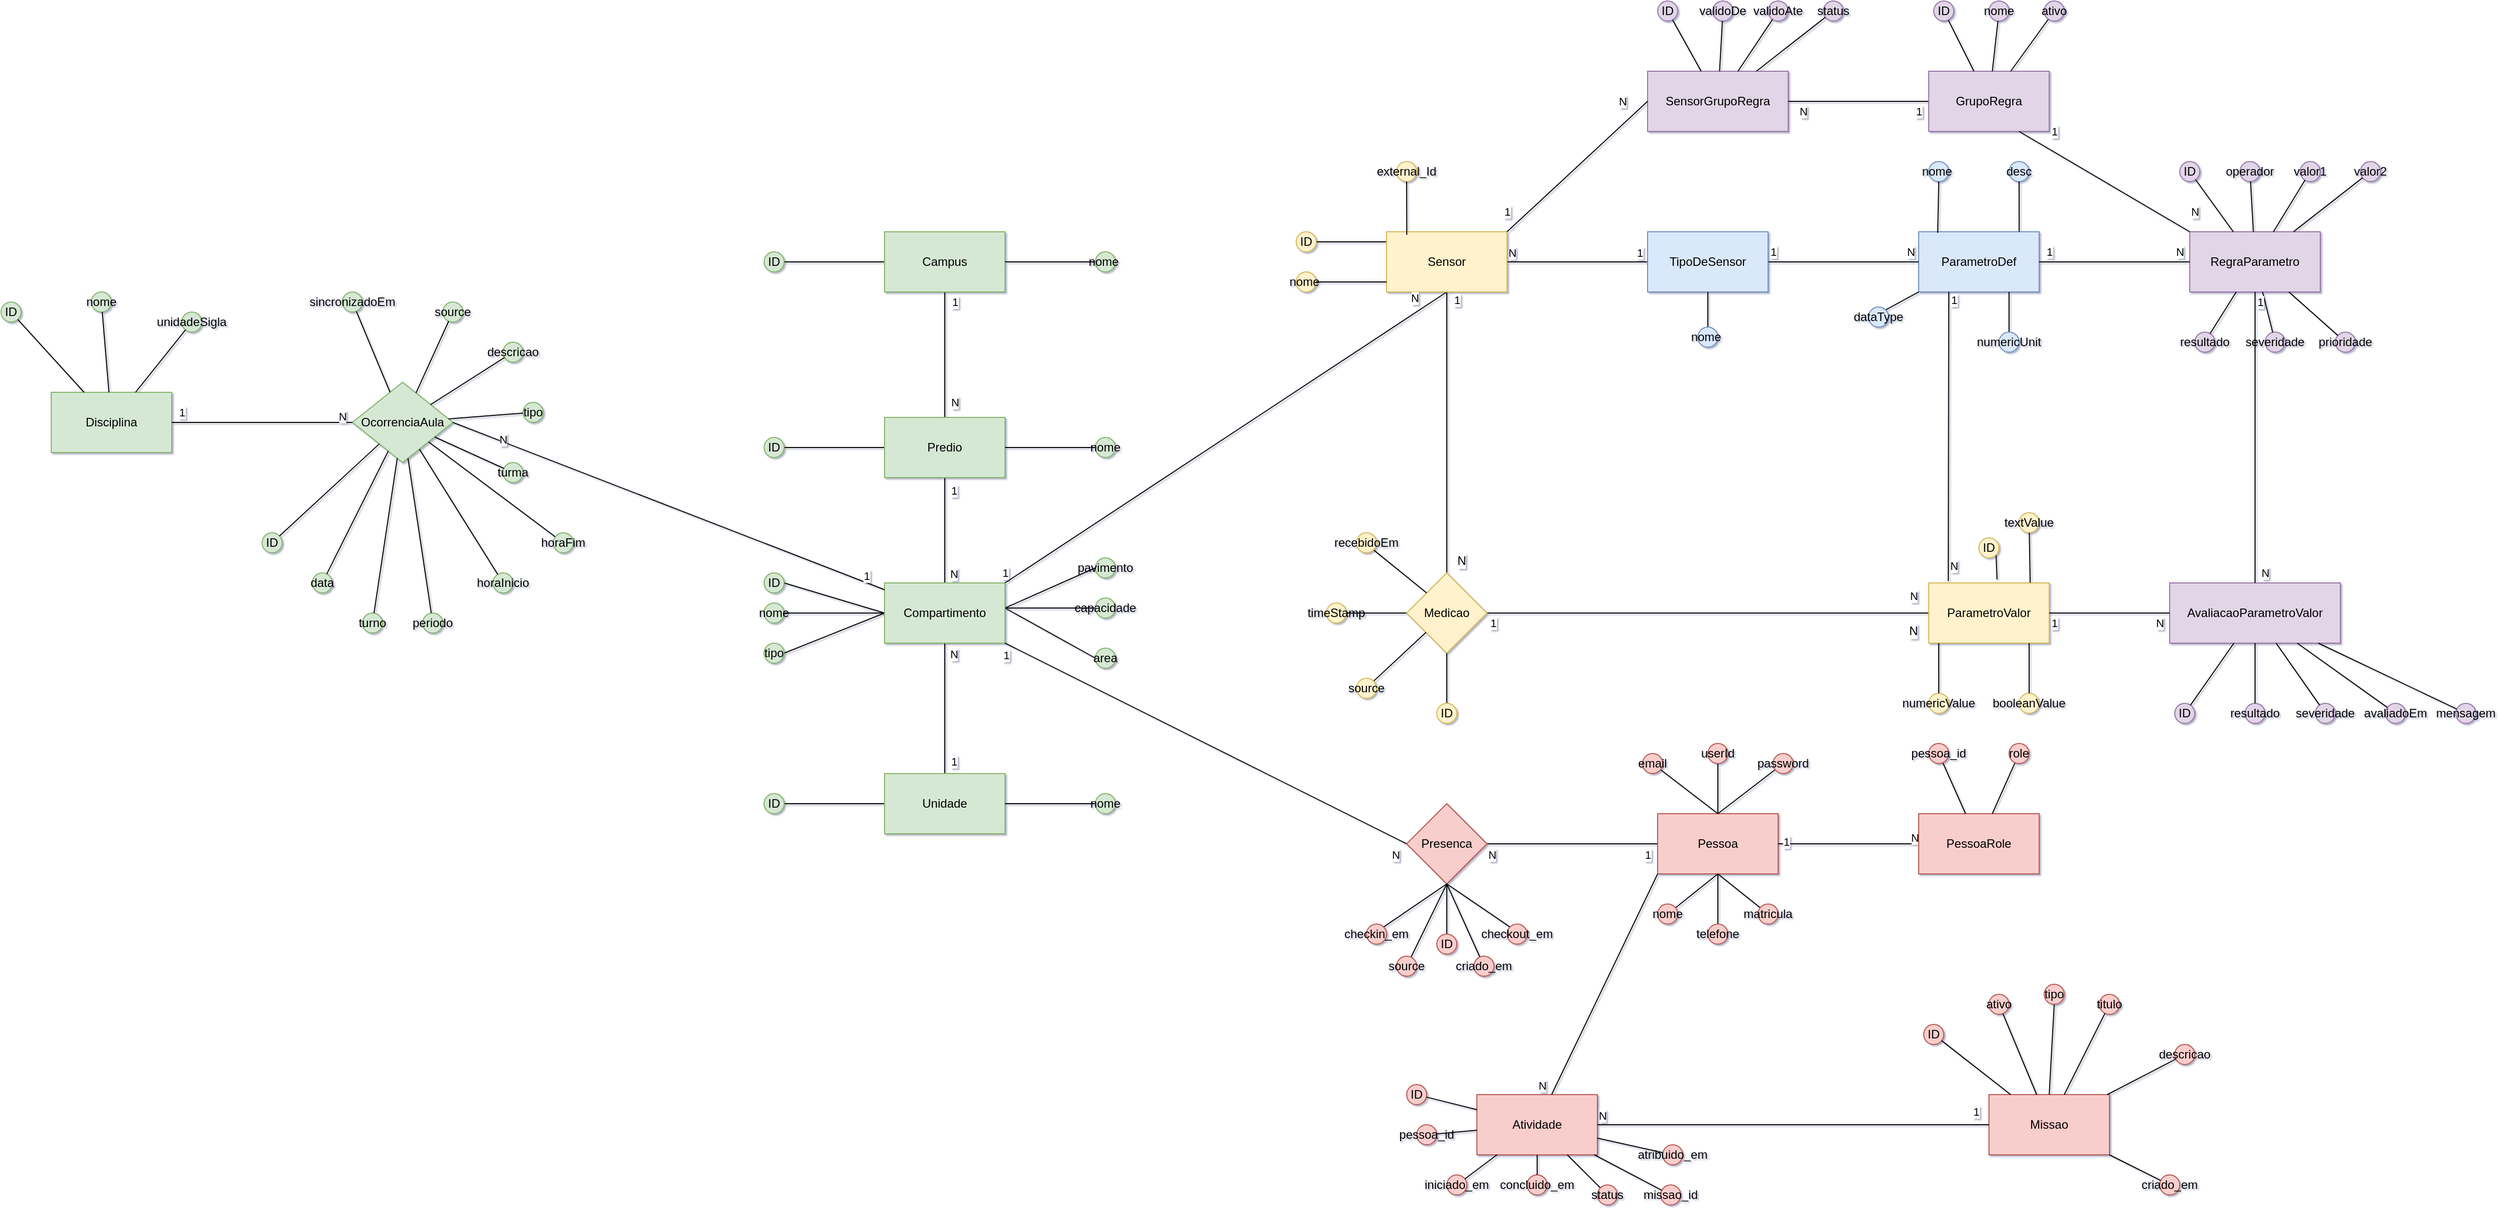
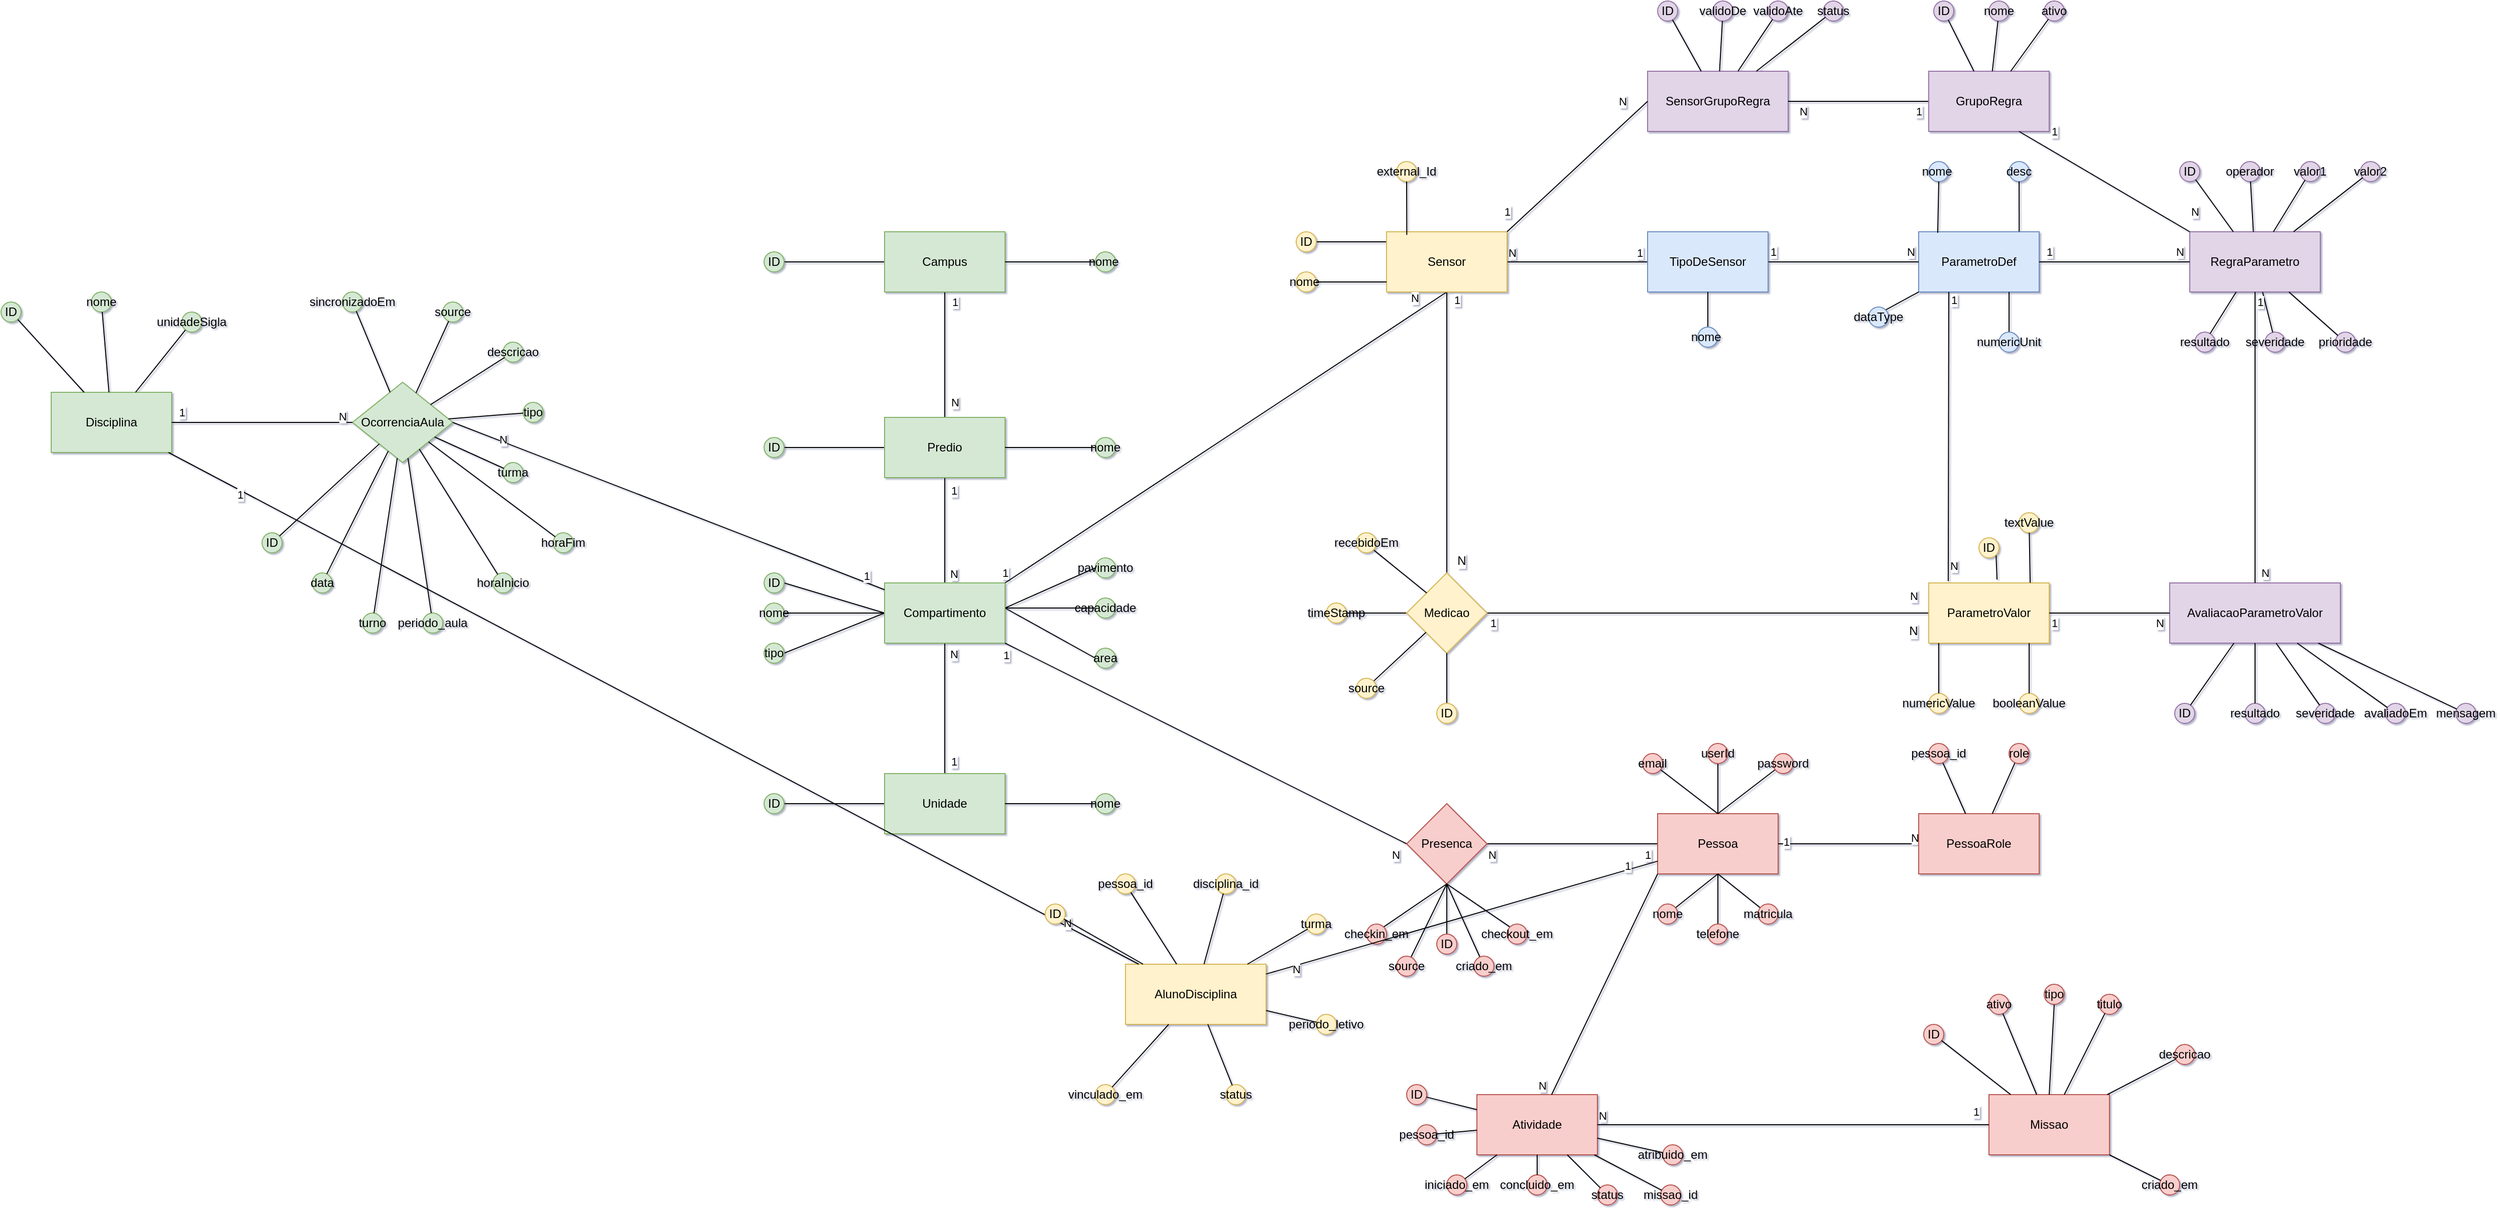
<mxfile host="65bd71144e">
    <diagram id="Ie7XjbA_Cvy5--EpI9wU" name="Page-1">
        <mxGraphModel dx="4966" dy="3043" grid="1" gridSize="10" guides="1" tooltips="1" connect="1" arrows="1" fold="1" page="1" pageScale="1" pageWidth="2200" pageHeight="1600" background="none" math="0" shadow="1" adaptiveColors="simple">
            <root>
                <mxCell id="0"/>
                <mxCell id="1" parent="0"/>
                <mxCell id="4" value="" style="edgeStyle=none;html=1;endArrow=none;endFill=0;" parent="1" source="2" target="3" edge="1">
                    <mxGeometry relative="1" as="geometry"/>
                </mxCell>
                <mxCell id="5" value="1" style="edgeLabel;html=1;align=center;verticalAlign=middle;resizable=0;points=[];" parent="4" vertex="1" connectable="0">
                    <mxGeometry x="-0.8556" y="-4" relative="1" as="geometry">
                        <mxPoint x="14" y="1" as="offset"/>
                    </mxGeometry>
                </mxCell>
                <mxCell id="7" value="N" style="edgeLabel;html=1;align=center;verticalAlign=middle;resizable=0;points=[];" parent="4" vertex="1" connectable="0">
                    <mxGeometry x="0.8" y="3" relative="1" as="geometry">
                        <mxPoint x="7" y="-3" as="offset"/>
                    </mxGeometry>
                </mxCell>
                <mxCell id="9" value="" style="edgeStyle=none;html=1;endArrow=none;endFill=0;" parent="1" source="2" target="8" edge="1">
                    <mxGeometry relative="1" as="geometry"/>
                </mxCell>
                <mxCell id="2" value="Campus" style="rounded=0;whiteSpace=wrap;html=1;fillColor=#d5e8d4;strokeColor=#82b366;" parent="1" vertex="1">
                    <mxGeometry x="360" y="120" width="120" height="60" as="geometry"/>
                </mxCell>
                <mxCell id="12" value="" style="edgeStyle=none;html=1;endArrow=none;endFill=0;" parent="1" source="3" target="11" edge="1">
                    <mxGeometry relative="1" as="geometry"/>
                </mxCell>
                <mxCell id="15" value="" style="edgeStyle=none;html=1;endArrow=none;endFill=0;" parent="1" source="3" target="14" edge="1">
                    <mxGeometry relative="1" as="geometry"/>
                </mxCell>
                <mxCell id="3" value="Predio" style="whiteSpace=wrap;html=1;fillColor=#d5e8d4;strokeColor=#82b366;rounded=0;" parent="1" vertex="1">
                    <mxGeometry x="360" y="305" width="120" height="60" as="geometry"/>
                </mxCell>
                <mxCell id="8" value="ID" style="ellipse;whiteSpace=wrap;html=1;fillColor=#d5e8d4;strokeColor=#82b366;rounded=0;" parent="1" vertex="1">
                    <mxGeometry x="240" y="140" width="20" height="20" as="geometry"/>
                </mxCell>
                <mxCell id="11" value="ID" style="ellipse;whiteSpace=wrap;html=1;fillColor=#d5e8d4;strokeColor=#82b366;rounded=0;" parent="1" vertex="1">
                    <mxGeometry x="240" y="325" width="20" height="20" as="geometry"/>
                </mxCell>
                <mxCell id="22" style="edgeStyle=none;html=1;exitX=0;exitY=0.5;exitDx=0;exitDy=0;entryX=1;entryY=0.5;entryDx=0;entryDy=0;endArrow=none;endFill=0;" parent="1" source="14" target="20" edge="1">
                    <mxGeometry relative="1" as="geometry"/>
                </mxCell>
                <mxCell id="25" style="edgeStyle=none;html=1;exitX=0;exitY=0.5;exitDx=0;exitDy=0;entryX=1;entryY=0.5;entryDx=0;entryDy=0;endArrow=none;endFill=0;" parent="1" source="14" target="23" edge="1">
                    <mxGeometry relative="1" as="geometry"/>
                </mxCell>
                <mxCell id="28" style="edgeStyle=none;html=1;exitX=0;exitY=0.5;exitDx=0;exitDy=0;entryX=1;entryY=0.5;entryDx=0;entryDy=0;endArrow=none;endFill=0;" parent="1" source="14" target="26" edge="1">
                    <mxGeometry relative="1" as="geometry"/>
                </mxCell>
                <mxCell id="32" style="edgeStyle=none;html=1;exitX=1;exitY=0.5;exitDx=0;exitDy=0;endArrow=none;endFill=0;" parent="1" edge="1">
                    <mxGeometry relative="1" as="geometry">
                        <mxPoint x="480" y="495" as="sourcePoint"/>
                        <mxPoint x="580" y="495" as="targetPoint"/>
                    </mxGeometry>
                </mxCell>
                <mxCell id="36" style="edgeStyle=none;html=1;endArrow=none;endFill=0;entryX=0;entryY=0.5;entryDx=0;entryDy=0;" parent="1" target="34" edge="1">
                    <mxGeometry relative="1" as="geometry">
                        <mxPoint x="550" y="535" as="targetPoint"/>
                        <mxPoint x="480" y="495" as="sourcePoint"/>
                    </mxGeometry>
                </mxCell>
                <mxCell id="39" style="edgeStyle=none;html=1;exitX=1;exitY=0.5;exitDx=0;exitDy=0;entryX=0;entryY=0.5;entryDx=0;entryDy=0;endArrow=none;endFill=0;" parent="1" target="38" edge="1">
                    <mxGeometry relative="1" as="geometry">
                        <mxPoint x="480" y="495" as="sourcePoint"/>
                    </mxGeometry>
                </mxCell>
                <mxCell id="43" value="" style="edgeStyle=none;html=1;endArrow=none;endFill=0;" parent="1" source="14" target="42" edge="1">
                    <mxGeometry relative="1" as="geometry"/>
                </mxCell>
                <mxCell id="14" value="Compartimento" style="whiteSpace=wrap;html=1;fillColor=#d5e8d4;strokeColor=#82b366;rounded=0;" parent="1" vertex="1">
                    <mxGeometry x="360" y="470" width="120" height="60" as="geometry"/>
                </mxCell>
                <mxCell id="16" value="1" style="edgeLabel;html=1;align=center;verticalAlign=middle;resizable=0;points=[];" parent="1" vertex="1" connectable="0">
                    <mxGeometry x="430" y="390" as="geometry">
                        <mxPoint x="-1" y="-12" as="offset"/>
                    </mxGeometry>
                </mxCell>
                <mxCell id="17" value="N" style="edgeLabel;html=1;align=center;verticalAlign=middle;resizable=0;points=[];" parent="1" vertex="1" connectable="0">
                    <mxGeometry x="430" y="450" as="geometry">
                        <mxPoint x="-1" y="11" as="offset"/>
                    </mxGeometry>
                </mxCell>
                <mxCell id="20" value="ID" style="ellipse;whiteSpace=wrap;html=1;fillColor=#d5e8d4;strokeColor=#82b366;rounded=0;" parent="1" vertex="1">
                    <mxGeometry x="240" y="460" width="20" height="20" as="geometry"/>
                </mxCell>
                <mxCell id="23" value="nome" style="ellipse;whiteSpace=wrap;html=1;fillColor=#d5e8d4;strokeColor=#82b366;rounded=0;" parent="1" vertex="1">
                    <mxGeometry x="240" y="490" width="20" height="20" as="geometry"/>
                </mxCell>
                <mxCell id="26" value="tipo" style="ellipse;whiteSpace=wrap;html=1;fillColor=#d5e8d4;strokeColor=#82b366;rounded=0;" parent="1" vertex="1">
                    <mxGeometry x="240" y="530" width="20" height="20" as="geometry"/>
                </mxCell>
                <mxCell id="30" value="capacidade" style="ellipse;whiteSpace=wrap;html=1;fillColor=#d5e8d4;strokeColor=#82b366;rounded=0;" parent="1" vertex="1">
                    <mxGeometry x="570" y="485" width="20" height="20" as="geometry"/>
                </mxCell>
                <mxCell id="34" value="area" style="ellipse;whiteSpace=wrap;html=1;fillColor=#d5e8d4;strokeColor=#82b366;rounded=0;" parent="1" vertex="1">
                    <mxGeometry x="570" y="535" width="20" height="20" as="geometry"/>
                </mxCell>
                <mxCell id="38" value="pavimento" style="ellipse;whiteSpace=wrap;html=1;fillColor=#d5e8d4;strokeColor=#82b366;rounded=0;" parent="1" vertex="1">
                    <mxGeometry x="570" y="445" width="20" height="20" as="geometry"/>
                </mxCell>
                <mxCell id="48" style="edgeStyle=none;html=1;exitX=0;exitY=0.5;exitDx=0;exitDy=0;entryX=1;entryY=0.5;entryDx=0;entryDy=0;endArrow=none;endFill=0;" parent="1" source="42" target="47" edge="1">
                    <mxGeometry relative="1" as="geometry"/>
                </mxCell>
                <mxCell id="42" value="Unidade" style="whiteSpace=wrap;html=1;fillColor=#d5e8d4;strokeColor=#82b366;rounded=0;" parent="1" vertex="1">
                    <mxGeometry x="360" y="660" width="120" height="60" as="geometry"/>
                </mxCell>
                <mxCell id="44" value="1" style="edgeLabel;html=1;align=center;verticalAlign=middle;resizable=0;points=[];" parent="1" vertex="1" connectable="0">
                    <mxGeometry x="430" y="660" as="geometry">
                        <mxPoint x="-1" y="-12" as="offset"/>
                    </mxGeometry>
                </mxCell>
                <mxCell id="45" value="N" style="edgeLabel;html=1;align=center;verticalAlign=middle;resizable=0;points=[];" parent="1" vertex="1" connectable="0">
                    <mxGeometry x="430" y="530" as="geometry">
                        <mxPoint x="-1" y="11" as="offset"/>
                    </mxGeometry>
                </mxCell>
                <mxCell id="47" value="ID" style="ellipse;whiteSpace=wrap;html=1;fillColor=#d5e8d4;strokeColor=#82b366;rounded=0;" parent="1" vertex="1">
                    <mxGeometry x="240" y="680" width="20" height="20" as="geometry"/>
                </mxCell>
                <mxCell id="50" style="edgeStyle=none;html=1;entryX=1;entryY=0.5;entryDx=0;entryDy=0;strokeColor=default;endArrow=none;endFill=0;" parent="1" source="49" target="2" edge="1">
                    <mxGeometry relative="1" as="geometry"/>
                </mxCell>
                <mxCell id="49" value="nome&amp;nbsp;" style="ellipse;whiteSpace=wrap;html=1;fillColor=#d5e8d4;strokeColor=#82b366;rounded=0;" parent="1" vertex="1">
                    <mxGeometry x="570" y="140" width="20" height="20" as="geometry"/>
                </mxCell>
                <mxCell id="52" style="edgeStyle=none;html=1;entryX=1;entryY=0.5;entryDx=0;entryDy=0;endArrow=none;endFill=0;" parent="1" source="51" target="3" edge="1">
                    <mxGeometry relative="1" as="geometry"/>
                </mxCell>
                <mxCell id="51" value="nome" style="ellipse;whiteSpace=wrap;html=1;fillColor=#d5e8d4;strokeColor=#82b366;rounded=0;" parent="1" vertex="1">
                    <mxGeometry x="570" y="325" width="20" height="20" as="geometry"/>
                </mxCell>
                <mxCell id="54" style="edgeStyle=none;html=1;entryX=1;entryY=0.5;entryDx=0;entryDy=0;endArrow=none;endFill=0;" parent="1" source="53" target="42" edge="1">
                    <mxGeometry relative="1" as="geometry"/>
                </mxCell>
                <mxCell id="53" value="nome" style="ellipse;whiteSpace=wrap;html=1;fillColor=#d5e8d4;strokeColor=#82b366;rounded=0;" parent="1" vertex="1">
                    <mxGeometry x="570" y="680" width="20" height="20" as="geometry"/>
                </mxCell>
                <mxCell id="57" value="1" style="edgeLabel;html=1;align=center;verticalAlign=middle;resizable=0;points=[];" parent="1" vertex="1" connectable="0">
                    <mxGeometry x="480" y="460" as="geometry"/>
                </mxCell>
                <mxCell id="58" value="" style="edgeStyle=none;html=1;endArrow=none;endFill=0;" parent="1" target="60" edge="1">
                    <mxGeometry relative="1" as="geometry">
                        <mxPoint x="860" y="130" as="sourcePoint"/>
                    </mxGeometry>
                </mxCell>
                <mxCell id="65" style="edgeStyle=none;html=1;exitX=0.5;exitY=1;exitDx=0;exitDy=0;entryX=1;entryY=0;entryDx=0;entryDy=0;endArrow=none;endFill=0;" parent="1" source="59" target="14" edge="1">
                    <mxGeometry relative="1" as="geometry"/>
                </mxCell>
                <mxCell id="140" value="" style="edgeStyle=none;html=1;endArrow=none;endFill=0;" parent="1" source="59" edge="1">
                    <mxGeometry relative="1" as="geometry">
                        <mxPoint x="920" y="460" as="targetPoint"/>
                    </mxGeometry>
                </mxCell>
                <mxCell id="173" value="" style="edgeStyle=none;html=1;endArrow=none;endFill=0;" parent="1" source="59" edge="1">
                    <mxGeometry relative="1" as="geometry">
                        <mxPoint x="1120" y="150" as="targetPoint"/>
                    </mxGeometry>
                </mxCell>
                <mxCell id="59" value="Sensor" style="rounded=0;whiteSpace=wrap;html=1;fillColor=#fff2cc;strokeColor=#d6b656;" parent="1" vertex="1">
                    <mxGeometry x="860" y="120" width="120" height="60" as="geometry"/>
                </mxCell>
                <mxCell id="60" value="ID" style="ellipse;whiteSpace=wrap;html=1;fillColor=#fff2cc;strokeColor=#d6b656;rounded=0;" parent="1" vertex="1">
                    <mxGeometry x="770" y="120" width="20" height="20" as="geometry"/>
                </mxCell>
                <mxCell id="66" value="N" style="edgeLabel;html=1;align=center;verticalAlign=middle;resizable=0;points=[];" parent="1" vertex="1" connectable="0">
                    <mxGeometry x="490" y="460" as="geometry">
                        <mxPoint x="398" y="-274" as="offset"/>
                    </mxGeometry>
                </mxCell>
                <mxCell id="91" value="nome&amp;nbsp;" style="ellipse;whiteSpace=wrap;html=1;fillColor=#fff2cc;strokeColor=#d6b656;rounded=0;" parent="1" vertex="1">
                    <mxGeometry x="770" y="160" width="20" height="20" as="geometry"/>
                </mxCell>
                <mxCell id="95" style="edgeStyle=none;html=1;entryX=0;entryY=0.833;entryDx=0;entryDy=0;entryPerimeter=0;endArrow=none;endFill=0;" parent="1" source="91" target="59" edge="1">
                    <mxGeometry relative="1" as="geometry"/>
                </mxCell>
                <mxCell id="135" value="N" style="text;html=1;align=center;verticalAlign=middle;whiteSpace=wrap;rounded=0;labelBackgroundColor=default;" parent="1" vertex="1">
                    <mxGeometry x="920" y="440" width="30" height="15" as="geometry"/>
                </mxCell>
                <mxCell id="141" value="1" style="edgeLabel;html=1;align=center;verticalAlign=middle;resizable=0;points=[];" parent="1" vertex="1" connectable="0">
                    <mxGeometry x="495" y="465" as="geometry">
                        <mxPoint x="435" y="-277" as="offset"/>
                    </mxGeometry>
                </mxCell>
                <mxCell id="145" style="edgeStyle=none;html=1;entryX=0;entryY=0.5;entryDx=0;entryDy=0;endArrow=none;endFill=0;" parent="1" source="144" target="146" edge="1">
                    <mxGeometry relative="1" as="geometry">
                        <mxPoint x="860" y="475" as="targetPoint"/>
                    </mxGeometry>
                </mxCell>
                <mxCell id="144" value="timeStamp" style="ellipse;whiteSpace=wrap;html=1;fillColor=#fff2cc;strokeColor=#d6b656;rounded=0;" parent="1" vertex="1">
                    <mxGeometry x="800" y="490" width="20" height="20" as="geometry"/>
                </mxCell>
                <mxCell id="148" value="" style="edgeStyle=none;html=1;endArrow=none;endFill=0;" parent="1" source="146" target="147" edge="1">
                    <mxGeometry relative="1" as="geometry"/>
                </mxCell>
                <mxCell id="146" value="Medicao" style="rhombus;whiteSpace=wrap;html=1;fillColor=#fff2cc;strokeColor=#d6b656;" parent="1" vertex="1">
                    <mxGeometry x="880" y="460" width="80" height="80" as="geometry"/>
                </mxCell>
                <mxCell id="147" value="ParametroValor" style="whiteSpace=wrap;html=1;fillColor=#fff2cc;strokeColor=#d6b656;" parent="1" vertex="1">
                    <mxGeometry x="1400" y="470" width="120" height="60" as="geometry"/>
                </mxCell>
                <mxCell id="151" value="textValue" style="ellipse;whiteSpace=wrap;html=1;fillColor=#fff2cc;strokeColor=#d6b656;rounded=0;" parent="1" vertex="1">
                    <mxGeometry x="1490" y="400" width="20" height="20" as="geometry"/>
                </mxCell>
                <mxCell id="152" value="numericValue" style="ellipse;whiteSpace=wrap;html=1;fillColor=#fff2cc;strokeColor=#d6b656;rounded=0;" parent="1" vertex="1">
                    <mxGeometry x="1400" y="580" width="20" height="20" as="geometry"/>
                </mxCell>
                <mxCell id="157" style="edgeStyle=none;html=1;exitX=0.5;exitY=0;exitDx=0;exitDy=0;entryX=0.083;entryY=1;entryDx=0;entryDy=0;entryPerimeter=0;endArrow=none;endFill=0;" parent="1" source="152" target="147" edge="1">
                    <mxGeometry relative="1" as="geometry"/>
                </mxCell>
                <mxCell id="160" style="edgeStyle=none;html=1;entryX=0.842;entryY=-0.003;entryDx=0;entryDy=0;entryPerimeter=0;endArrow=none;endFill=0;" parent="1" source="151" target="147" edge="1">
                    <mxGeometry relative="1" as="geometry"/>
                </mxCell>
                <mxCell id="161" value="N" style="text;html=1;align=center;verticalAlign=middle;whiteSpace=wrap;rounded=0;labelBackgroundColor=default;" parent="1" vertex="1">
                    <mxGeometry x="1370" y="510" width="30" height="15" as="geometry"/>
                </mxCell>
                <mxCell id="164" style="edgeStyle=none;html=1;entryX=0.5;entryY=1;entryDx=0;entryDy=0;endArrow=none;endFill=0;" parent="1" source="163" target="146" edge="1">
                    <mxGeometry relative="1" as="geometry"/>
                </mxCell>
                <mxCell id="163" value="ID" style="ellipse;whiteSpace=wrap;html=1;fillColor=#fff2cc;strokeColor=#d6b656;rounded=0;" parent="1" vertex="1">
                    <mxGeometry x="910" y="590" width="20" height="20" as="geometry"/>
                </mxCell>
                <mxCell id="167" style="edgeStyle=none;html=1;exitX=1;exitY=1;exitDx=0;exitDy=0;entryX=0.567;entryY=-0.056;entryDx=0;entryDy=0;endArrow=none;endFill=0;entryPerimeter=0;" parent="1" source="166" target="147" edge="1">
                    <mxGeometry relative="1" as="geometry"/>
                </mxCell>
                <mxCell id="166" value="ID" style="ellipse;whiteSpace=wrap;html=1;fillColor=#fff2cc;strokeColor=#d6b656;rounded=0;" parent="1" vertex="1">
                    <mxGeometry x="1450" y="425" width="20" height="20" as="geometry"/>
                </mxCell>
                <mxCell id="169" value="1" style="edgeLabel;html=1;align=center;verticalAlign=middle;resizable=0;points=[];" parent="1" vertex="1" connectable="0">
                    <mxGeometry x="490" y="470" as="geometry">
                        <mxPoint x="476" y="40" as="offset"/>
                    </mxGeometry>
                </mxCell>
                <mxCell id="172" value="ParametroDef" style="whiteSpace=wrap;html=1;fillColor=#dae8fc;strokeColor=#6c8ebf;rounded=0;" parent="1" vertex="1">
                    <mxGeometry x="1390" y="120" width="120" height="60" as="geometry"/>
                </mxCell>
                <mxCell id="180" style="edgeStyle=none;html=1;entryX=0.75;entryY=1;entryDx=0;entryDy=0;endArrow=none;endFill=0;" parent="1" source="179" target="172" edge="1">
                    <mxGeometry relative="1" as="geometry"/>
                </mxCell>
                <mxCell id="179" value="numericUnit" style="ellipse;whiteSpace=wrap;html=1;fillColor=#dae8fc;strokeColor=#6c8ebf;rounded=0;" parent="1" vertex="1">
                    <mxGeometry x="1470" y="220" width="20" height="20" as="geometry"/>
                </mxCell>
                <mxCell id="181" style="edgeStyle=none;html=1;exitX=1;exitY=0;exitDx=0;exitDy=0;entryX=0;entryY=1;entryDx=0;entryDy=0;endArrow=none;endFill=0;" parent="1" source="182" edge="1">
                    <mxGeometry relative="1" as="geometry">
                        <mxPoint x="1390" y="180" as="targetPoint"/>
                    </mxGeometry>
                </mxCell>
                <mxCell id="182" value="dataType" style="ellipse;whiteSpace=wrap;html=1;fillColor=#dae8fc;strokeColor=#6c8ebf;rounded=0;" parent="1" vertex="1">
                    <mxGeometry x="1340" y="195" width="20" height="20" as="geometry"/>
                </mxCell>
                <mxCell id="184" value="1" style="edgeLabel;html=1;align=center;verticalAlign=middle;resizable=0;points=[];" parent="1" vertex="1" connectable="0">
                    <mxGeometry x="677" y="418" as="geometry">
                        <mxPoint x="435" y="-277" as="offset"/>
                    </mxGeometry>
                </mxCell>
                <mxCell id="185" value="N" style="edgeLabel;html=1;align=center;verticalAlign=middle;resizable=0;points=[];" parent="1" vertex="1" connectable="0">
                    <mxGeometry x="950" y="760" as="geometry">
                        <mxPoint x="435" y="-277" as="offset"/>
                    </mxGeometry>
                </mxCell>
                <mxCell id="186" value="nome&amp;nbsp;" style="ellipse;whiteSpace=wrap;html=1;fillColor=#dae8fc;strokeColor=#6c8ebf;rounded=0;" parent="1" vertex="1">
                    <mxGeometry x="1400" y="50" width="20" height="20" as="geometry"/>
                </mxCell>
                <mxCell id="187" style="edgeStyle=none;html=1;exitX=0.5;exitY=1;exitDx=0;exitDy=0;entryX=0.158;entryY=0.017;entryDx=0;entryDy=0;entryPerimeter=0;endArrow=none;endFill=0;" parent="1" source="186" target="172" edge="1">
                    <mxGeometry relative="1" as="geometry"/>
                </mxCell>
                <mxCell id="188" value="desc" style="ellipse;whiteSpace=wrap;html=1;fillColor=#dae8fc;strokeColor=#6c8ebf;rounded=0;" parent="1" vertex="1">
                    <mxGeometry x="1480" y="50" width="20" height="20" as="geometry"/>
                </mxCell>
                <mxCell id="190" style="edgeStyle=none;html=1;exitX=0.5;exitY=1;exitDx=0;exitDy=0;entryX=0.834;entryY=-0.005;entryDx=0;entryDy=0;entryPerimeter=0;endArrow=none;endFill=0;" parent="1" source="188" target="172" edge="1">
                    <mxGeometry relative="1" as="geometry"/>
                </mxCell>
                <mxCell id="193" style="edgeStyle=none;html=1;exitX=0.25;exitY=1;exitDx=0;exitDy=0;entryX=0.162;entryY=-0.03;entryDx=0;entryDy=0;entryPerimeter=0;endArrow=none;endFill=0;" parent="1" source="172" target="147" edge="1">
                    <mxGeometry relative="1" as="geometry"/>
                </mxCell>
                <mxCell id="194" value="N" style="edgeLabel;html=1;align=center;verticalAlign=middle;resizable=0;points=[];" parent="1" vertex="1" connectable="0">
                    <mxGeometry x="947" y="417" as="geometry">
                        <mxPoint x="435" y="-277" as="offset"/>
                    </mxGeometry>
                </mxCell>
                <mxCell id="196" value="1" style="edgeLabel;html=1;align=center;verticalAlign=middle;resizable=0;points=[];" parent="1" vertex="1" connectable="0">
                    <mxGeometry x="810" y="417" as="geometry">
                        <mxPoint x="435" y="-277" as="offset"/>
                    </mxGeometry>
                </mxCell>
                <mxCell id="197" value="booleanValue" style="ellipse;whiteSpace=wrap;html=1;fillColor=#fff2cc;strokeColor=#d6b656;rounded=0;" parent="1" vertex="1">
                    <mxGeometry x="1490" y="580" width="20" height="20" as="geometry"/>
                </mxCell>
                <mxCell id="198" style="edgeStyle=none;html=1;endArrow=none;endFill=0;" parent="1" source="197" edge="1">
                    <mxGeometry relative="1" as="geometry">
                        <mxPoint x="1500" y="530" as="targetPoint"/>
                    </mxGeometry>
                </mxCell>
                <mxCell id="200" style="edgeStyle=none;html=1;exitX=1;exitY=0;exitDx=0;exitDy=0;endArrow=none;endFill=0;" parent="1" source="199" target="146" edge="1">
                    <mxGeometry relative="1" as="geometry"/>
                </mxCell>
                <mxCell id="199" value="source" style="ellipse;whiteSpace=wrap;html=1;fillColor=#fff2cc;strokeColor=#d6b656;rounded=0;" parent="1" vertex="1">
                    <mxGeometry x="830" y="565" width="20" height="20" as="geometry"/>
                </mxCell>
                <mxCell id="202" style="edgeStyle=none;html=1;exitX=1;exitY=1;exitDx=0;exitDy=0;entryX=0;entryY=0;entryDx=0;entryDy=0;endArrow=none;endFill=0;" parent="1" source="201" target="146" edge="1">
                    <mxGeometry relative="1" as="geometry"/>
                </mxCell>
                <mxCell id="201" value="recebidoEm" style="ellipse;whiteSpace=wrap;html=1;fillColor=#fff2cc;strokeColor=#d6b656;rounded=0;" parent="1" vertex="1">
                    <mxGeometry x="830" y="420" width="20" height="20" as="geometry"/>
                </mxCell>
                <mxCell id="206" style="edgeStyle=none;html=1;entryX=0;entryY=0.5;entryDx=0;entryDy=0;endArrow=none;endFill=0;" parent="1" source="205" target="172" edge="1">
                    <mxGeometry relative="1" as="geometry"/>
                </mxCell>
                <mxCell id="205" value="TipoDeSensor" style="rounded=0;whiteSpace=wrap;html=1;fillColor=#dae8fc;strokeColor=#6c8ebf;" parent="1" vertex="1">
                    <mxGeometry x="1120" y="120" width="120" height="60" as="geometry"/>
                </mxCell>
                <mxCell id="207" value="N" style="edgeLabel;html=1;align=center;verticalAlign=middle;resizable=0;points=[];" parent="1" vertex="1" connectable="0">
                    <mxGeometry x="550" y="418" as="geometry">
                        <mxPoint x="435" y="-277" as="offset"/>
                    </mxGeometry>
                </mxCell>
                <mxCell id="209" style="edgeStyle=none;html=1;exitX=0.5;exitY=0;exitDx=0;exitDy=0;entryX=0.5;entryY=1;entryDx=0;entryDy=0;endArrow=none;endFill=0;" parent="1" source="208" target="205" edge="1">
                    <mxGeometry relative="1" as="geometry"/>
                </mxCell>
                <mxCell id="208" value="nome&amp;nbsp;" style="ellipse;whiteSpace=wrap;html=1;fillColor=#dae8fc;strokeColor=#6c8ebf;rounded=0;" parent="1" vertex="1">
                    <mxGeometry x="1170" y="215" width="20" height="20" as="geometry"/>
                </mxCell>
                <mxCell id="210" value="N" style="edgeLabel;html=1;align=center;verticalAlign=middle;resizable=0;points=[];" parent="1" vertex="1" connectable="0">
                    <mxGeometry x="990" y="730" as="geometry">
                        <mxPoint x="435" y="-277" as="offset"/>
                    </mxGeometry>
                </mxCell>
                <mxCell id="211" value="1" style="edgeLabel;html=1;align=center;verticalAlign=middle;resizable=0;points=[];" parent="1" vertex="1" connectable="0">
                    <mxGeometry x="990" y="465" as="geometry">
                        <mxPoint x="435" y="-277" as="offset"/>
                    </mxGeometry>
                </mxCell>
                <mxCell id="212" value="external_Id" style="ellipse;whiteSpace=wrap;html=1;fillColor=#fff2cc;strokeColor=#d6b656;rounded=0;" parent="1" vertex="1">
                    <mxGeometry x="870" y="50" width="20" height="20" as="geometry"/>
                </mxCell>
                <mxCell id="213" style="edgeStyle=none;html=1;entryX=0.168;entryY=0.053;entryDx=0;entryDy=0;entryPerimeter=0;endArrow=none;endFill=0;" parent="1" source="212" target="59" edge="1">
                    <mxGeometry relative="1" as="geometry"/>
                </mxCell>
                <mxCell id="216" value="" style="edgeStyle=none;html=1;endArrow=none;endFill=0;" parent="1" source="214" target="215" edge="1">
                    <mxGeometry relative="1" as="geometry"/>
                </mxCell>
                <mxCell id="214" value="Pessoa" style="whiteSpace=wrap;html=1;fillColor=#f8cecc;strokeColor=#b85450;rounded=0;" parent="1" vertex="1">
                    <mxGeometry x="1130" y="700" width="120" height="60" as="geometry"/>
                </mxCell>
                <mxCell id="217" style="edgeStyle=none;html=1;entryX=1;entryY=1;entryDx=0;entryDy=0;endArrow=none;endFill=0;exitX=0;exitY=0.5;exitDx=0;exitDy=0;" parent="1" source="215" target="14" edge="1">
                    <mxGeometry relative="1" as="geometry"/>
                </mxCell>
                <mxCell id="215" value="Presenca" style="rhombus;whiteSpace=wrap;html=1;fillColor=#f8cecc;strokeColor=#b85450;rounded=0;" parent="1" vertex="1">
                    <mxGeometry x="880" y="690" width="80" height="80" as="geometry"/>
                </mxCell>
                <mxCell id="218" value="N" style="edgeLabel;html=1;align=center;verticalAlign=middle;resizable=0;points=[];" parent="1" vertex="1" connectable="0">
                    <mxGeometry x="870" y="730" as="geometry">
                        <mxPoint x="-1" y="11" as="offset"/>
                    </mxGeometry>
                </mxCell>
                <mxCell id="219" value="1" style="edgeLabel;html=1;align=center;verticalAlign=middle;resizable=0;points=[];" parent="1" vertex="1" connectable="0">
                    <mxGeometry x="494" y="475" as="geometry">
                        <mxPoint x="-13" y="67" as="offset"/>
                    </mxGeometry>
                </mxCell>
                <mxCell id="220" value="N" style="edgeLabel;html=1;align=center;verticalAlign=middle;resizable=0;points=[];" parent="1" vertex="1" connectable="0">
                    <mxGeometry x="890" y="730" as="geometry">
                        <mxPoint x="75" y="11" as="offset"/>
                    </mxGeometry>
                </mxCell>
                <mxCell id="221" value="1" style="edgeLabel;html=1;align=center;verticalAlign=middle;resizable=0;points=[];" parent="1" vertex="1" connectable="0">
                    <mxGeometry x="1133" y="674" as="geometry">
                        <mxPoint x="-13" y="67" as="offset"/>
                    </mxGeometry>
                </mxCell>
                <mxCell id="225" style="edgeStyle=none;html=1;exitX=1;exitY=0;exitDx=0;exitDy=0;endArrow=none;endFill=0;entryX=0.5;entryY=1;entryDx=0;entryDy=0;" parent="1" source="222" target="215" edge="1">
                    <mxGeometry relative="1" as="geometry"/>
                </mxCell>
                <mxCell id="222" value="checkin_em" style="ellipse;whiteSpace=wrap;html=1;fillColor=#f8cecc;strokeColor=#b85450;rounded=0;" parent="1" vertex="1">
                    <mxGeometry x="840" y="810" width="20" height="20" as="geometry"/>
                </mxCell>
                <mxCell id="223" style="edgeStyle=none;html=1;entryX=0.5;entryY=1;entryDx=0;entryDy=0;endArrow=none;endFill=0;" parent="1" source="224" edge="1">
                    <mxGeometry relative="1" as="geometry">
                        <mxPoint x="920" y="770" as="targetPoint"/>
                    </mxGeometry>
                </mxCell>
                <mxCell id="224" value="ID" style="ellipse;whiteSpace=wrap;html=1;fillColor=#f8cecc;strokeColor=#b85450;rounded=0;" parent="1" vertex="1">
                    <mxGeometry x="910" y="820" width="20" height="20" as="geometry"/>
                </mxCell>
                <mxCell id="227" style="edgeStyle=none;html=1;exitX=0;exitY=0;exitDx=0;exitDy=0;endArrow=none;endFill=0;entryX=0.5;entryY=1;entryDx=0;entryDy=0;" parent="1" source="228" target="215" edge="1">
                    <mxGeometry relative="1" as="geometry">
                        <mxPoint x="930" y="770" as="targetPoint"/>
                    </mxGeometry>
                </mxCell>
                <mxCell id="228" value="checkout_em" style="ellipse;whiteSpace=wrap;html=1;fillColor=#f8cecc;strokeColor=#b85450;rounded=0;" parent="1" vertex="1">
                    <mxGeometry x="980" y="810" width="20" height="20" as="geometry"/>
                </mxCell>
                <mxCell id="232" style="edgeStyle=none;html=1;entryX=0.5;entryY=0;entryDx=0;entryDy=0;endArrow=none;endFill=0;" parent="1" source="229" target="214" edge="1">
                    <mxGeometry relative="1" as="geometry"/>
                </mxCell>
                <mxCell id="229" value="email" style="ellipse;whiteSpace=wrap;html=1;fillColor=#f8cecc;strokeColor=#b85450;rounded=0;" parent="1" vertex="1">
                    <mxGeometry x="1115" y="640" width="20" height="20" as="geometry"/>
                </mxCell>
                <mxCell id="233" style="edgeStyle=none;html=1;exitX=0.5;exitY=1;exitDx=0;exitDy=0;entryX=0.5;entryY=0;entryDx=0;entryDy=0;endArrow=none;endFill=0;" parent="1" source="230" target="214" edge="1">
                    <mxGeometry relative="1" as="geometry"/>
                </mxCell>
                <mxCell id="230" value="userId" style="ellipse;whiteSpace=wrap;html=1;fillColor=#f8cecc;strokeColor=#b85450;rounded=0;" parent="1" vertex="1">
                    <mxGeometry x="1180" y="630" width="20" height="20" as="geometry"/>
                </mxCell>
                <mxCell id="235" style="edgeStyle=none;html=1;entryX=0.5;entryY=0;entryDx=0;entryDy=0;endArrow=none;endFill=0;" parent="1" source="231" target="214" edge="1">
                    <mxGeometry relative="1" as="geometry"/>
                </mxCell>
                <mxCell id="231" value="password" style="ellipse;whiteSpace=wrap;html=1;fillColor=#f8cecc;strokeColor=#b85450;rounded=0;" parent="1" vertex="1">
                    <mxGeometry x="1245" y="640" width="20" height="20" as="geometry"/>
                </mxCell>
                <mxCell id="244" style="edgeStyle=none;html=1;endArrow=none;endFill=0;" parent="1" source="237" edge="1">
                    <mxGeometry relative="1" as="geometry">
                        <mxPoint x="1190" y="760" as="targetPoint"/>
                    </mxGeometry>
                </mxCell>
                <mxCell id="237" value="nome" style="ellipse;whiteSpace=wrap;html=1;fillColor=#f8cecc;strokeColor=#b85450;rounded=0;" parent="1" vertex="1">
                    <mxGeometry x="1130" y="790" width="20" height="20" as="geometry"/>
                </mxCell>
                <mxCell id="245" style="edgeStyle=none;html=1;endArrow=none;endFill=0;" parent="1" source="238" edge="1">
                    <mxGeometry relative="1" as="geometry">
                        <mxPoint x="1190" y="760" as="targetPoint"/>
                    </mxGeometry>
                </mxCell>
                <mxCell id="238" value="matricula" style="ellipse;whiteSpace=wrap;html=1;fillColor=#f8cecc;strokeColor=#b85450;rounded=0;" parent="1" vertex="1">
                    <mxGeometry x="1230" y="790" width="20" height="20" as="geometry"/>
                </mxCell>
                <mxCell id="243" style="edgeStyle=none;html=1;exitX=0.5;exitY=0;exitDx=0;exitDy=0;entryX=0.5;entryY=1;entryDx=0;entryDy=0;endArrow=none;endFill=0;" parent="1" source="242" target="214" edge="1">
                    <mxGeometry relative="1" as="geometry"/>
                </mxCell>
                <mxCell id="242" value="telefone" style="ellipse;whiteSpace=wrap;html=1;fillColor=#f8cecc;strokeColor=#b85450;rounded=0;" parent="1" vertex="1">
                    <mxGeometry x="1180" y="810" width="20" height="20" as="geometry"/>
                </mxCell>
                <mxCell id="247" style="edgeStyle=none;html=1;endArrow=none;endFill=0;" parent="1" source="246" edge="1">
                    <mxGeometry relative="1" as="geometry">
                        <mxPoint x="920.0000000000002" y="770" as="targetPoint"/>
                    </mxGeometry>
                </mxCell>
                <mxCell id="246" value="source" style="ellipse;whiteSpace=wrap;html=1;fillColor=#f8cecc;strokeColor=#b85450;rounded=0;" parent="1" vertex="1">
                    <mxGeometry x="870" y="842" width="20" height="20" as="geometry"/>
                </mxCell>
                <mxCell id="249" style="edgeStyle=none;html=1;endArrow=none;endFill=0;" parent="1" source="248" edge="1">
                    <mxGeometry relative="1" as="geometry">
                        <mxPoint x="920.0000000000002" y="770" as="targetPoint"/>
                    </mxGeometry>
                </mxCell>
                <mxCell id="248" value="criado_em" style="ellipse;whiteSpace=wrap;html=1;fillColor=#f8cecc;strokeColor=#b85450;rounded=0;" parent="1" vertex="1">
                    <mxGeometry x="947" y="842" width="20" height="20" as="geometry"/>
                </mxCell>
                <mxCell id="250" value="" style="edgeStyle=none;html=1;endArrow=none;endFill=0;" parent="1" source="214" target="251" edge="1">
                    <mxGeometry relative="1" as="geometry"/>
                </mxCell>
                <mxCell id="252" value="1" style="edgeLabel;html=1;align=center;verticalAlign=middle;resizable=0;points=[];" parent="250" vertex="1" connectable="0">
                    <mxGeometry x="-0.78" y="-2" relative="1" as="geometry">
                        <mxPoint x="-8" y="-4" as="offset"/>
                    </mxGeometry>
                </mxCell>
                <mxCell id="253" value="N" style="edgeLabel;html=1;align=center;verticalAlign=middle;resizable=0;points=[];" parent="250" vertex="1" connectable="0">
                    <mxGeometry x="0.82" y="2" relative="1" as="geometry">
                        <mxPoint x="8" y="-4" as="offset"/>
                    </mxGeometry>
                </mxCell>
                <mxCell id="251" value="PessoaRole" style="whiteSpace=wrap;html=1;fillColor=#f8cecc;strokeColor=#b85450;rounded=0;" parent="1" vertex="1">
                    <mxGeometry x="1390" y="700" width="120" height="60" as="geometry"/>
                </mxCell>
                <mxCell id="254" style="edgeStyle=none;html=1;endArrow=none;endFill=0;" parent="1" source="255" target="251" edge="1">
                    <mxGeometry relative="1" as="geometry"/>
                </mxCell>
                <mxCell id="255" value="pessoa_id" style="ellipse;whiteSpace=wrap;html=1;fillColor=#f8cecc;strokeColor=#b85450;rounded=0;" parent="1" vertex="1">
                    <mxGeometry x="1400" y="630" width="20" height="20" as="geometry"/>
                </mxCell>
                <mxCell id="256" style="edgeStyle=none;html=1;endArrow=none;endFill=0;" parent="1" source="257" target="251" edge="1">
                    <mxGeometry relative="1" as="geometry"/>
                </mxCell>
                <mxCell id="257" value="role" style="ellipse;whiteSpace=wrap;html=1;fillColor=#f8cecc;strokeColor=#b85450;rounded=0;" parent="1" vertex="1">
                    <mxGeometry x="1480" y="630" width="20" height="20" as="geometry"/>
                </mxCell>
                <mxCell id="259" value="SensorGrupoRegra" style="whiteSpace=wrap;html=1;fillColor=#e1d5e7;strokeColor=#9673a6;rounded=0;" parent="1" vertex="1">
                    <mxGeometry x="1120" y="-40" width="140" height="60" as="geometry"/>
                </mxCell>
                <mxCell id="262" value="" style="edgeStyle=none;html=1;entryX=1;entryY=0;entryDx=0;entryDy=0;exitX=0;exitY=0.5;exitDx=0;exitDy=0;endArrow=none;endFill=0;" parent="1" source="259" target="59" edge="1">
                    <mxGeometry relative="1" as="geometry"/>
                </mxCell>
                <mxCell id="263" value="" style="edgeStyle=none;html=1;entryX=0;entryY=0.5;entryDx=0;entryDy=0;exitX=1;exitY=0.5;exitDx=0;exitDy=0;endArrow=none;endFill=0;" parent="1" source="259" target="270" edge="1">
                    <mxGeometry relative="1" as="geometry"/>
                </mxCell>
                <mxCell id="264" value="1" style="edgeLabel;html=1;align=center;verticalAlign=middle;resizable=0;points=[];" parent="1" vertex="1" connectable="0">
                    <mxGeometry x="980" y="100" as="geometry"/>
                </mxCell>
                <mxCell id="265" value="N" style="edgeLabel;html=1;align=center;verticalAlign=middle;resizable=0;points=[];" parent="1" vertex="1" connectable="0">
                    <mxGeometry x="1095" y="-10" as="geometry"/>
                </mxCell>
                <mxCell id="267" value="N" style="edgeLabel;html=1;align=center;verticalAlign=middle;resizable=0;points=[];" parent="1" vertex="1" connectable="0">
                    <mxGeometry x="1275" as="geometry"/>
                </mxCell>
                <mxCell id="268" value="1" style="edgeLabel;html=1;align=center;verticalAlign=middle;resizable=0;points=[];" parent="1" vertex="1" connectable="0">
                    <mxGeometry x="1390" as="geometry"/>
                </mxCell>
                <mxCell id="269" value="ID" style="ellipse;whiteSpace=wrap;html=1;fillColor=#e1d5e7;strokeColor=#9673a6;rounded=0;" parent="1" vertex="1">
                    <mxGeometry x="1130" y="-110" width="20" height="20" as="geometry"/>
                </mxCell>
                <mxCell id="271" value="" style="edgeStyle=none;html=1;endArrow=none;endFill=0;" parent="1" source="269" target="259" edge="1">
                    <mxGeometry relative="1" as="geometry"/>
                </mxCell>
                <mxCell id="272" value="validoDe" style="ellipse;whiteSpace=wrap;html=1;fillColor=#e1d5e7;strokeColor=#9673a6;rounded=0;" parent="1" vertex="1">
                    <mxGeometry x="1185" y="-110" width="20" height="20" as="geometry"/>
                </mxCell>
                <mxCell id="273" value="" style="edgeStyle=none;html=1;endArrow=none;endFill=0;" parent="1" source="272" target="259" edge="1">
                    <mxGeometry relative="1" as="geometry"/>
                </mxCell>
                <mxCell id="274" value="validoAte" style="ellipse;whiteSpace=wrap;html=1;fillColor=#e1d5e7;strokeColor=#9673a6;rounded=0;" parent="1" vertex="1">
                    <mxGeometry x="1240" y="-110" width="20" height="20" as="geometry"/>
                </mxCell>
                <mxCell id="275" value="" style="edgeStyle=none;html=1;endArrow=none;endFill=0;" parent="1" source="274" target="259" edge="1">
                    <mxGeometry relative="1" as="geometry"/>
                </mxCell>
                <mxCell id="320" value="status" style="ellipse;whiteSpace=wrap;html=1;fillColor=#e1d5e7;strokeColor=#9673a6;rounded=0;" parent="1" vertex="1">
                    <mxGeometry x="1295" y="-110" width="20" height="20" as="geometry"/>
                </mxCell>
                <mxCell id="321" value="" style="edgeStyle=none;html=1;endArrow=none;endFill=0;" parent="1" source="320" target="259" edge="1">
                    <mxGeometry relative="1" as="geometry"/>
                </mxCell>
                <mxCell id="270" value="GrupoRegra" style="whiteSpace=wrap;html=1;fillColor=#e1d5e7;strokeColor=#9673a6;rounded=0;" parent="1" vertex="1">
                    <mxGeometry x="1400" y="-40" width="120" height="60" as="geometry"/>
                </mxCell>
                <mxCell id="276" value="ID" style="ellipse;whiteSpace=wrap;html=1;fillColor=#e1d5e7;strokeColor=#9673a6;rounded=0;" parent="1" vertex="1">
                    <mxGeometry x="1405" y="-110" width="20" height="20" as="geometry"/>
                </mxCell>
                <mxCell id="277" value="" style="edgeStyle=none;html=1;endArrow=none;endFill=0;" parent="1" source="276" target="270" edge="1">
                    <mxGeometry relative="1" as="geometry"/>
                </mxCell>
                <mxCell id="278" value="nome" style="ellipse;whiteSpace=wrap;html=1;fillColor=#e1d5e7;strokeColor=#9673a6;rounded=0;" parent="1" vertex="1">
                    <mxGeometry x="1460" y="-110" width="20" height="20" as="geometry"/>
                </mxCell>
                <mxCell id="279" value="" style="edgeStyle=none;html=1;endArrow=none;endFill=0;" parent="1" source="278" target="270" edge="1">
                    <mxGeometry relative="1" as="geometry"/>
                </mxCell>
                <mxCell id="280" value="ativo" style="ellipse;whiteSpace=wrap;html=1;fillColor=#e1d5e7;strokeColor=#9673a6;rounded=0;" parent="1" vertex="1">
                    <mxGeometry x="1515" y="-110" width="20" height="20" as="geometry"/>
                </mxCell>
                <mxCell id="281" value="" style="edgeStyle=none;html=1;endArrow=none;endFill=0;" parent="1" source="280" target="270" edge="1">
                    <mxGeometry relative="1" as="geometry"/>
                </mxCell>
                <mxCell id="282" value="RegraParametro" style="whiteSpace=wrap;html=1;fillColor=#e1d5e7;strokeColor=#9673a6;rounded=0;" parent="1" vertex="1">
                    <mxGeometry x="1660" y="120" width="130" height="60" as="geometry"/>
                </mxCell>
                <mxCell id="283" value="" style="edgeStyle=none;html=1;entryX=0;entryY=0;entryDx=0;entryDy=0;exitX=0.75;exitY=1;exitDx=0;exitDy=0;endArrow=none;endFill=0;" parent="1" source="270" target="282" edge="1">
                    <mxGeometry relative="1" as="geometry"/>
                </mxCell>
                <mxCell id="284" value="" style="edgeStyle=none;html=1;entryX=0;entryY=0.5;entryDx=0;entryDy=0;exitX=1;exitY=0.5;exitDx=0;exitDy=0;endArrow=none;endFill=0;" parent="1" source="172" target="282" edge="1">
                    <mxGeometry relative="1" as="geometry"/>
                </mxCell>
                <mxCell id="285" value="1" style="edgeLabel;html=1;align=center;verticalAlign=middle;resizable=0;points=[];" parent="1" vertex="1" connectable="0">
                    <mxGeometry x="1525" y="20" as="geometry"/>
                </mxCell>
                <mxCell id="286" value="N" style="edgeLabel;html=1;align=center;verticalAlign=middle;resizable=0;points=[];" parent="1" vertex="1" connectable="0">
                    <mxGeometry x="1665" y="100" as="geometry"/>
                </mxCell>
                <mxCell id="287" value="1" style="edgeLabel;html=1;align=center;verticalAlign=middle;resizable=0;points=[];" parent="1" vertex="1" connectable="0">
                    <mxGeometry x="1520" y="140" as="geometry"/>
                </mxCell>
                <mxCell id="288" value="N" style="edgeLabel;html=1;align=center;verticalAlign=middle;resizable=0;points=[];" parent="1" vertex="1" connectable="0">
                    <mxGeometry x="1650" y="140" as="geometry"/>
                </mxCell>
                <mxCell id="289" value="ID" style="ellipse;whiteSpace=wrap;html=1;fillColor=#e1d5e7;strokeColor=#9673a6;rounded=0;" parent="1" vertex="1">
                    <mxGeometry x="1650" y="50" width="20" height="20" as="geometry"/>
                </mxCell>
                <mxCell id="290" value="" style="edgeStyle=none;html=1;endArrow=none;endFill=0;" parent="1" source="289" target="282" edge="1">
                    <mxGeometry relative="1" as="geometry"/>
                </mxCell>
                <mxCell id="291" value="operador" style="ellipse;whiteSpace=wrap;html=1;fillColor=#e1d5e7;strokeColor=#9673a6;rounded=0;" parent="1" vertex="1">
                    <mxGeometry x="1710" y="50" width="20" height="20" as="geometry"/>
                </mxCell>
                <mxCell id="292" value="" style="edgeStyle=none;html=1;endArrow=none;endFill=0;" parent="1" source="291" target="282" edge="1">
                    <mxGeometry relative="1" as="geometry"/>
                </mxCell>
                <mxCell id="293" value="valor1" style="ellipse;whiteSpace=wrap;html=1;fillColor=#e1d5e7;strokeColor=#9673a6;rounded=0;" parent="1" vertex="1">
                    <mxGeometry x="1770" y="50" width="20" height="20" as="geometry"/>
                </mxCell>
                <mxCell id="294" value="" style="edgeStyle=none;html=1;endArrow=none;endFill=0;" parent="1" source="293" target="282" edge="1">
                    <mxGeometry relative="1" as="geometry"/>
                </mxCell>
                <mxCell id="295" value="valor2" style="ellipse;whiteSpace=wrap;html=1;fillColor=#e1d5e7;strokeColor=#9673a6;rounded=0;" parent="1" vertex="1">
                    <mxGeometry x="1830" y="50" width="20" height="20" as="geometry"/>
                </mxCell>
                <mxCell id="296" value="" style="edgeStyle=none;html=1;endArrow=none;endFill=0;" parent="1" source="295" target="282" edge="1">
                    <mxGeometry relative="1" as="geometry"/>
                </mxCell>
                <mxCell id="297" value="resultado" style="ellipse;whiteSpace=wrap;html=1;fillColor=#e1d5e7;strokeColor=#9673a6;rounded=0;" parent="1" vertex="1">
                    <mxGeometry x="1665" y="220" width="20" height="20" as="geometry"/>
                </mxCell>
                <mxCell id="298" value="" style="edgeStyle=none;html=1;endArrow=none;endFill=0;" parent="1" source="297" target="282" edge="1">
                    <mxGeometry relative="1" as="geometry"/>
                </mxCell>
                <mxCell id="299" value="severidade" style="ellipse;whiteSpace=wrap;html=1;fillColor=#e1d5e7;strokeColor=#9673a6;rounded=0;" parent="1" vertex="1">
                    <mxGeometry x="1735" y="220" width="20" height="20" as="geometry"/>
                </mxCell>
                <mxCell id="300" value="" style="edgeStyle=none;html=1;endArrow=none;endFill=0;" parent="1" source="299" target="282" edge="1">
                    <mxGeometry relative="1" as="geometry"/>
                </mxCell>
                <mxCell id="301" value="prioridade" style="ellipse;whiteSpace=wrap;html=1;fillColor=#e1d5e7;strokeColor=#9673a6;rounded=0;" parent="1" vertex="1">
                    <mxGeometry x="1805" y="220" width="20" height="20" as="geometry"/>
                </mxCell>
                <mxCell id="302" value="" style="edgeStyle=none;html=1;endArrow=none;endFill=0;" parent="1" source="301" target="282" edge="1">
                    <mxGeometry relative="1" as="geometry"/>
                </mxCell>
                <mxCell id="303" value="AvaliacaoParametroValor" style="whiteSpace=wrap;html=1;fillColor=#e1d5e7;strokeColor=#9673a6;rounded=0;" parent="1" vertex="1">
                    <mxGeometry x="1640" y="470" width="170" height="60" as="geometry"/>
                </mxCell>
                <mxCell id="304" value="" style="edgeStyle=none;html=1;entryX=0;entryY=0.5;entryDx=0;entryDy=0;exitX=1;exitY=0.5;exitDx=0;exitDy=0;endArrow=none;endFill=0;" parent="1" source="147" target="303" edge="1">
                    <mxGeometry relative="1" as="geometry"/>
                </mxCell>
                <mxCell id="305" value="" style="edgeStyle=none;html=1;entryX=0.5;entryY=0;entryDx=0;entryDy=0;exitX=0.5;exitY=1;exitDx=0;exitDy=0;endArrow=none;endFill=0;" parent="1" source="282" target="303" edge="1">
                    <mxGeometry relative="1" as="geometry"/>
                </mxCell>
                <mxCell id="306" value="1" style="edgeLabel;html=1;align=center;verticalAlign=middle;resizable=0;points=[];" parent="1" vertex="1" connectable="0">
                    <mxGeometry x="1525" y="510" as="geometry"/>
                </mxCell>
                <mxCell id="307" value="N" style="edgeLabel;html=1;align=center;verticalAlign=middle;resizable=0;points=[];" parent="1" vertex="1" connectable="0">
                    <mxGeometry x="1630" y="510" as="geometry"/>
                </mxCell>
                <mxCell id="308" value="1" style="edgeLabel;html=1;align=center;verticalAlign=middle;resizable=0;points=[];" parent="1" vertex="1" connectable="0">
                    <mxGeometry x="1730" y="190" as="geometry"/>
                </mxCell>
                <mxCell id="309" value="N" style="edgeLabel;html=1;align=center;verticalAlign=middle;resizable=0;points=[];" parent="1" vertex="1" connectable="0">
                    <mxGeometry x="1735" y="460" as="geometry"/>
                </mxCell>
                <mxCell id="310" value="ID" style="ellipse;whiteSpace=wrap;html=1;fillColor=#e1d5e7;strokeColor=#9673a6;rounded=0;" parent="1" vertex="1">
                    <mxGeometry x="1645" y="590" width="20" height="20" as="geometry"/>
                </mxCell>
                <mxCell id="311" value="" style="edgeStyle=none;html=1;endArrow=none;endFill=0;" parent="1" source="310" target="303" edge="1">
                    <mxGeometry relative="1" as="geometry"/>
                </mxCell>
                <mxCell id="312" value="resultado" style="ellipse;whiteSpace=wrap;html=1;fillColor=#e1d5e7;strokeColor=#9673a6;rounded=0;" parent="1" vertex="1">
                    <mxGeometry x="1715" y="590" width="20" height="20" as="geometry"/>
                </mxCell>
                <mxCell id="313" value="" style="edgeStyle=none;html=1;endArrow=none;endFill=0;" parent="1" source="312" target="303" edge="1">
                    <mxGeometry relative="1" as="geometry"/>
                </mxCell>
                <mxCell id="314" value="severidade" style="ellipse;whiteSpace=wrap;html=1;fillColor=#e1d5e7;strokeColor=#9673a6;rounded=0;" parent="1" vertex="1">
                    <mxGeometry x="1785" y="590" width="20" height="20" as="geometry"/>
                </mxCell>
                <mxCell id="315" value="" style="edgeStyle=none;html=1;endArrow=none;endFill=0;" parent="1" source="314" target="303" edge="1">
                    <mxGeometry relative="1" as="geometry"/>
                </mxCell>
                <mxCell id="316" value="avaliadoEm" style="ellipse;whiteSpace=wrap;html=1;fillColor=#e1d5e7;strokeColor=#9673a6;rounded=0;" parent="1" vertex="1">
                    <mxGeometry x="1855" y="590" width="20" height="20" as="geometry"/>
                </mxCell>
                <mxCell id="317" value="" style="edgeStyle=none;html=1;endArrow=none;endFill=0;" parent="1" source="316" target="303" edge="1">
                    <mxGeometry relative="1" as="geometry"/>
                </mxCell>
                <mxCell id="318" value="mensagem" style="ellipse;whiteSpace=wrap;html=1;fillColor=#e1d5e7;strokeColor=#9673a6;rounded=0;" parent="1" vertex="1">
                    <mxGeometry x="1925" y="590" width="20" height="20" as="geometry"/>
                </mxCell>
                <mxCell id="319" value="" style="edgeStyle=none;html=1;endArrow=none;endFill=0;" parent="1" source="318" target="303" edge="1">
                    <mxGeometry relative="1" as="geometry"/>
                </mxCell>
                <mxCell id="330" value="Missao" style="whiteSpace=wrap;html=1;fillColor=#f8cecc;strokeColor=#b85450;rounded=0;" parent="1" vertex="1">
                    <mxGeometry x="1460" y="980" width="120" height="60" as="geometry"/>
                </mxCell>
                <mxCell id="334" value="ID" style="ellipse;whiteSpace=wrap;html=1;fillColor=#f8cecc;strokeColor=#b85450;rounded=0;" parent="1" vertex="1">
                    <mxGeometry x="1395" y="910" width="20" height="20" as="geometry"/>
                </mxCell>
                <mxCell id="335" value="" style="edgeStyle=none;html=1;endArrow=none;endFill=0;" parent="1" source="334" target="330" edge="1">
                    <mxGeometry relative="1" as="geometry"/>
                </mxCell>
                <mxCell id="336" value="ativo" style="ellipse;whiteSpace=wrap;html=1;fillColor=#f8cecc;strokeColor=#b85450;rounded=0;" parent="1" vertex="1">
                    <mxGeometry x="1460" y="880" width="20" height="20" as="geometry"/>
                </mxCell>
                <mxCell id="337" value="" style="edgeStyle=none;html=1;endArrow=none;endFill=0;" parent="1" source="336" target="330" edge="1">
                    <mxGeometry relative="1" as="geometry"/>
                </mxCell>
                <mxCell id="338" value="titulo" style="ellipse;whiteSpace=wrap;html=1;fillColor=#f8cecc;strokeColor=#b85450;rounded=0;" parent="1" vertex="1">
                    <mxGeometry x="1570" y="880" width="20" height="20" as="geometry"/>
                </mxCell>
                <mxCell id="339" value="" style="edgeStyle=none;html=1;endArrow=none;endFill=0;" parent="1" source="338" target="330" edge="1">
                    <mxGeometry relative="1" as="geometry"/>
                </mxCell>
                <mxCell id="340" value="descricao" style="ellipse;whiteSpace=wrap;html=1;fillColor=#f8cecc;strokeColor=#b85450;rounded=0;" parent="1" vertex="1">
                    <mxGeometry x="1645" y="930" width="20" height="20" as="geometry"/>
                </mxCell>
                <mxCell id="341" value="" style="edgeStyle=none;html=1;endArrow=none;endFill=0;" parent="1" source="340" target="330" edge="1">
                    <mxGeometry relative="1" as="geometry"/>
                </mxCell>
                <mxCell id="342" value="criado_em" style="ellipse;whiteSpace=wrap;html=1;fillColor=#f8cecc;strokeColor=#b85450;rounded=0;" parent="1" vertex="1">
                    <mxGeometry x="1630" y="1060" width="20" height="20" as="geometry"/>
                </mxCell>
                <mxCell id="343" value="" style="edgeStyle=none;html=1;endArrow=none;endFill=0;" parent="1" source="342" target="330" edge="1">
                    <mxGeometry relative="1" as="geometry"/>
                </mxCell>
                <mxCell id="344" value="Atividade" style="whiteSpace=wrap;html=1;fillColor=#f8cecc;strokeColor=#b85450;rounded=0;" parent="1" vertex="1">
                    <mxGeometry x="950" y="980" width="120" height="60" as="geometry"/>
                </mxCell>
                <mxCell id="345" value="" style="edgeStyle=none;html=1;endArrow=none;endFill=0;exitX=0;exitY=1;exitDx=0;exitDy=0;" parent="1" source="214" target="344" edge="1">
                    <mxGeometry relative="1" as="geometry"/>
                </mxCell>
                <mxCell id="346" value="" style="edgeStyle=none;html=1;endArrow=none;endFill=0;" parent="1" source="330" target="344" edge="1">
                    <mxGeometry relative="1" as="geometry"/>
                </mxCell>
                <mxCell id="347" value="status" style="ellipse;whiteSpace=wrap;html=1;fillColor=#f8cecc;strokeColor=#b85450;rounded=0;" parent="1" vertex="1">
                    <mxGeometry x="1070" y="1070" width="20" height="20" as="geometry"/>
                </mxCell>
                <mxCell id="348" value="" style="edgeStyle=none;html=1;endArrow=none;endFill=0;" parent="1" source="347" target="344" edge="1">
                    <mxGeometry relative="1" as="geometry"/>
                </mxCell>
                <mxCell id="349" value="atribuido_em" style="ellipse;whiteSpace=wrap;html=1;fillColor=#f8cecc;strokeColor=#b85450;rounded=0;" parent="1" vertex="1">
                    <mxGeometry x="1135" y="1030" width="20" height="20" as="geometry"/>
                </mxCell>
                <mxCell id="350" value="" style="edgeStyle=none;html=1;endArrow=none;endFill=0;" parent="1" source="349" target="344" edge="1">
                    <mxGeometry relative="1" as="geometry"/>
                </mxCell>
                <mxCell id="351" value="iniciado_em" style="ellipse;whiteSpace=wrap;html=1;fillColor=#f8cecc;strokeColor=#b85450;rounded=0;" parent="1" vertex="1">
                    <mxGeometry x="920" y="1060" width="20" height="20" as="geometry"/>
                </mxCell>
                <mxCell id="352" value="" style="edgeStyle=none;html=1;endArrow=none;endFill=0;" parent="1" source="351" target="344" edge="1">
                    <mxGeometry relative="1" as="geometry"/>
                </mxCell>
                <mxCell id="353" value="concluido_em" style="ellipse;whiteSpace=wrap;html=1;fillColor=#f8cecc;strokeColor=#b85450;rounded=0;" parent="1" vertex="1">
                    <mxGeometry x="1000" y="1060" width="20" height="20" as="geometry"/>
                </mxCell>
                <mxCell id="354" value="" style="edgeStyle=none;html=1;endArrow=none;endFill=0;" parent="1" source="353" target="344" edge="1">
                    <mxGeometry relative="1" as="geometry"/>
                </mxCell>
                <mxCell id="355" value="ID" style="ellipse;whiteSpace=wrap;html=1;fillColor=#f8cecc;strokeColor=#b85450;rounded=0;" parent="1" vertex="1">
                    <mxGeometry x="880" y="970" width="20" height="20" as="geometry"/>
                </mxCell>
                <mxCell id="356" value="" style="edgeStyle=none;html=1;endArrow=none;endFill=0;" parent="1" source="355" target="344" edge="1">
                    <mxGeometry relative="1" as="geometry"/>
                </mxCell>
                <mxCell id="357" value="pessoa_id" style="ellipse;whiteSpace=wrap;html=1;fillColor=#f8cecc;strokeColor=#b85450;rounded=0;" parent="1" vertex="1">
                    <mxGeometry x="890" y="1010" width="20" height="20" as="geometry"/>
                </mxCell>
                <mxCell id="358" value="" style="edgeStyle=none;html=1;endArrow=none;endFill=0;" parent="1" source="357" target="344" edge="1">
                    <mxGeometry relative="1" as="geometry"/>
                </mxCell>
                <mxCell id="359" value="missao_id" style="ellipse;whiteSpace=wrap;html=1;fillColor=#f8cecc;strokeColor=#b85450;rounded=0;" parent="1" vertex="1">
                    <mxGeometry x="1133" y="1070" width="20" height="20" as="geometry"/>
                </mxCell>
                <mxCell id="360" value="" style="edgeStyle=none;html=1;endArrow=none;endFill=0;" parent="1" source="359" target="344" edge="1">
                    <mxGeometry relative="1" as="geometry"/>
                </mxCell>
                <mxCell id="362" value="1" style="edgeLabel;html=1;align=center;verticalAlign=middle;resizable=0;points=[];" parent="1" vertex="1" connectable="0">
                    <mxGeometry x="1460" y="930" as="geometry">
                        <mxPoint x="-13" y="67" as="offset"/>
                    </mxGeometry>
                </mxCell>
                <mxCell id="363" value="N" style="edgeLabel;html=1;align=center;verticalAlign=middle;resizable=0;points=[];" parent="1" vertex="1" connectable="0">
                    <mxGeometry x="940" y="960" as="geometry">
                        <mxPoint x="75" y="11" as="offset"/>
                    </mxGeometry>
                </mxCell>
                <mxCell id="364" value="N" style="edgeLabel;html=1;align=center;verticalAlign=middle;resizable=0;points=[];" parent="1" vertex="1" connectable="0">
                    <mxGeometry x="1000" y="990" as="geometry">
                        <mxPoint x="75" y="11" as="offset"/>
                    </mxGeometry>
                </mxCell>
                <mxCell id="366" style="edgeStyle=none;html=1;exitX=0.5;exitY=1;exitDx=0;exitDy=0;entryX=0.5;entryY=0;entryDx=0;entryDy=0;endArrow=none;endFill=0;" parent="1" source="365" target="330" edge="1">
                    <mxGeometry relative="1" as="geometry"/>
                </mxCell>
                <mxCell id="365" value="tipo" style="ellipse;whiteSpace=wrap;html=1;fillColor=#f8cecc;strokeColor=#b85450;rounded=0;" parent="1" vertex="1">
                    <mxGeometry x="1515" y="870" width="20" height="20" as="geometry"/>
                </mxCell>
                <mxCell id="367" value="Disciplina" style="whiteSpace=wrap;html=1;fillColor=#d5e8d4;strokeColor=#82b366;rounded=0;" parent="1" vertex="1">
                    <mxGeometry x="-470" y="280" width="120" height="60" as="geometry"/>
                </mxCell>
                <mxCell id="368" value="OcorrenciaAula" style="rhombus;whiteSpace=wrap;html=1;fillColor=#d5e8d4;strokeColor=#82b366;" parent="1" vertex="1">
                    <mxGeometry x="-170" y="270" width="100" height="80" as="geometry"/>
                </mxCell>
                <mxCell id="369" value="" style="edgeStyle=none;html=1;endArrow=none;endFill=0;entryX=1;entryY=0.5;entryDx=0;entryDy=0;" parent="1" source="14" target="368" edge="1">
                    <mxGeometry relative="1" as="geometry"/>
                </mxCell>
                <mxCell id="370" value="1" style="edgeLabel;html=1;align=center;verticalAlign=middle;resizable=0;points=[];" parent="369" vertex="1" connectable="0">
                    <mxGeometry x="-0.85" y="-4" relative="1" as="geometry">
                        <mxPoint x="12" y="2" as="offset"/>
                    </mxGeometry>
                </mxCell>
                <mxCell id="371" value="N" style="edgeLabel;html=1;align=center;verticalAlign=middle;resizable=0;points=[];" parent="369" vertex="1" connectable="0">
                    <mxGeometry x="0.8" y="3" relative="1" as="geometry">
                        <mxPoint x="8" y="-3" as="offset"/>
                    </mxGeometry>
                </mxCell>
                <mxCell id="372" value="" style="edgeStyle=none;html=1;endArrow=none;endFill=0;" parent="1" source="367" target="368" edge="1">
                    <mxGeometry relative="1" as="geometry"/>
                </mxCell>
                <mxCell id="373" value="1" style="edgeLabel;html=1;align=center;verticalAlign=middle;resizable=0;points=[];" parent="372" vertex="1" connectable="0">
                    <mxGeometry x="-0.8" y="-4" relative="1" as="geometry">
                        <mxPoint x="-8" y="-14" as="offset"/>
                    </mxGeometry>
                </mxCell>
                <mxCell id="374" value="N" style="edgeLabel;html=1;align=center;verticalAlign=middle;resizable=0;points=[];" parent="372" vertex="1" connectable="0">
                    <mxGeometry x="0.8" y="3" relative="1" as="geometry">
                        <mxPoint x="8" y="-3" as="offset"/>
                    </mxGeometry>
                </mxCell>
                <mxCell id="375" value="ID" style="ellipse;whiteSpace=wrap;html=1;fillColor=#d5e8d4;strokeColor=#82b366;rounded=0;" parent="1" vertex="1">
                    <mxGeometry x="-520" y="190" width="20" height="20" as="geometry"/>
                </mxCell>
                <mxCell id="376" value="" style="edgeStyle=none;html=1;endArrow=none;endFill=0;" parent="1" source="375" target="367" edge="1">
                    <mxGeometry relative="1" as="geometry"/>
                </mxCell>
                <mxCell id="377" value="nome" style="ellipse;whiteSpace=wrap;html=1;fillColor=#d5e8d4;strokeColor=#82b366;rounded=0;" parent="1" vertex="1">
                    <mxGeometry x="-430" y="180" width="20" height="20" as="geometry"/>
                </mxCell>
                <mxCell id="378" value="" style="edgeStyle=none;html=1;endArrow=none;endFill=0;" parent="1" source="377" target="367" edge="1">
                    <mxGeometry relative="1" as="geometry"/>
                </mxCell>
                <mxCell id="379" value="unidadeSigla" style="ellipse;whiteSpace=wrap;html=1;fillColor=#d5e8d4;strokeColor=#82b366;rounded=0;" parent="1" vertex="1">
                    <mxGeometry x="-340" y="200" width="20" height="20" as="geometry"/>
                </mxCell>
                <mxCell id="380" value="" style="edgeStyle=none;html=1;endArrow=none;endFill=0;" parent="1" source="379" target="367" edge="1">
                    <mxGeometry relative="1" as="geometry"/>
                </mxCell>
                <mxCell id="381" value="ID" style="ellipse;whiteSpace=wrap;html=1;fillColor=#d5e8d4;strokeColor=#82b366;rounded=0;" parent="1" vertex="1">
                    <mxGeometry x="-260" y="420" width="20" height="20" as="geometry"/>
                </mxCell>
                <mxCell id="382" value="" style="edgeStyle=none;html=1;endArrow=none;endFill=0;" parent="1" source="381" target="368" edge="1">
                    <mxGeometry relative="1" as="geometry"/>
                </mxCell>
                <mxCell id="383" value="data" style="ellipse;whiteSpace=wrap;html=1;fillColor=#d5e8d4;strokeColor=#82b366;rounded=0;" parent="1" vertex="1">
                    <mxGeometry x="-210" y="460" width="20" height="20" as="geometry"/>
                </mxCell>
                <mxCell id="384" value="" style="edgeStyle=none;html=1;endArrow=none;endFill=0;" parent="1" source="383" target="368" edge="1">
                    <mxGeometry relative="1" as="geometry"/>
                </mxCell>
                <mxCell id="385" value="turno" style="ellipse;whiteSpace=wrap;html=1;fillColor=#d5e8d4;strokeColor=#82b366;rounded=0;" parent="1" vertex="1">
                    <mxGeometry x="-160" y="500" width="20" height="20" as="geometry"/>
                </mxCell>
                <mxCell id="386" value="" style="edgeStyle=none;html=1;endArrow=none;endFill=0;" parent="1" source="385" target="368" edge="1">
                    <mxGeometry relative="1" as="geometry"/>
                </mxCell>
-                 <mxCell id="387" value="periodo" style="ellipse;whiteSpace=wrap;html=1;fillColor=#d5e8d4;strokeColor=#82b366;rounded=0;" parent="1" vertex="1">
+                 <mxCell id="387" value="periodo_aula" style="ellipse;whiteSpace=wrap;html=1;fillColor=#d5e8d4;strokeColor=#82b366;rounded=0;" parent="1" vertex="1">
                    <mxGeometry x="-100" y="500" width="20" height="20" as="geometry"/>
                </mxCell>
                <mxCell id="388" value="" style="edgeStyle=none;html=1;endArrow=none;endFill=0;" parent="1" source="387" target="368" edge="1">
                    <mxGeometry relative="1" as="geometry"/>
                </mxCell>
                <mxCell id="389" value="horaInicio" style="ellipse;whiteSpace=wrap;html=1;fillColor=#d5e8d4;strokeColor=#82b366;rounded=0;" parent="1" vertex="1">
                    <mxGeometry x="-30" y="460" width="20" height="20" as="geometry"/>
                </mxCell>
                <mxCell id="390" value="" style="edgeStyle=none;html=1;endArrow=none;endFill=0;" parent="1" source="389" target="368" edge="1">
                    <mxGeometry relative="1" as="geometry"/>
                </mxCell>
                <mxCell id="391" value="horaFim" style="ellipse;whiteSpace=wrap;html=1;fillColor=#d5e8d4;strokeColor=#82b366;rounded=0;" parent="1" vertex="1">
                    <mxGeometry x="30" y="420" width="20" height="20" as="geometry"/>
                </mxCell>
                <mxCell id="392" value="" style="edgeStyle=none;html=1;endArrow=none;endFill=0;" parent="1" source="391" target="368" edge="1">
                    <mxGeometry relative="1" as="geometry"/>
                </mxCell>
                <mxCell id="393" value="turma" style="ellipse;whiteSpace=wrap;html=1;fillColor=#d5e8d4;strokeColor=#82b366;rounded=0;" parent="1" vertex="1">
                    <mxGeometry x="-20" y="350" width="20" height="20" as="geometry"/>
                </mxCell>
                <mxCell id="394" value="" style="edgeStyle=none;html=1;endArrow=none;endFill=0;" parent="1" source="393" target="368" edge="1">
                    <mxGeometry relative="1" as="geometry"/>
                </mxCell>
                <mxCell id="395" value="tipo" style="ellipse;whiteSpace=wrap;html=1;fillColor=#d5e8d4;strokeColor=#82b366;rounded=0;" parent="1" vertex="1">
                    <mxGeometry y="290" width="20" height="20" as="geometry"/>
                </mxCell>
                <mxCell id="396" value="" style="edgeStyle=none;html=1;endArrow=none;endFill=0;" parent="1" source="395" target="368" edge="1">
                    <mxGeometry relative="1" as="geometry"/>
                </mxCell>
                <mxCell id="397" value="descricao" style="ellipse;whiteSpace=wrap;html=1;fillColor=#d5e8d4;strokeColor=#82b366;rounded=0;" parent="1" vertex="1">
                    <mxGeometry x="-20" y="230" width="20" height="20" as="geometry"/>
                </mxCell>
                <mxCell id="398" value="" style="edgeStyle=none;html=1;endArrow=none;endFill=0;" parent="1" source="397" target="368" edge="1">
                    <mxGeometry relative="1" as="geometry"/>
                </mxCell>
                <mxCell id="399" value="source" style="ellipse;whiteSpace=wrap;html=1;fillColor=#d5e8d4;strokeColor=#82b366;rounded=0;" parent="1" vertex="1">
                    <mxGeometry x="-80" y="190" width="20" height="20" as="geometry"/>
                </mxCell>
                <mxCell id="400" value="" style="edgeStyle=none;html=1;endArrow=none;endFill=0;" parent="1" source="399" target="368" edge="1">
                    <mxGeometry relative="1" as="geometry"/>
                </mxCell>
                <mxCell id="401" value="sincronizadoEm" style="ellipse;whiteSpace=wrap;html=1;fillColor=#d5e8d4;strokeColor=#82b366;rounded=0;" parent="1" vertex="1">
                    <mxGeometry x="-180" y="180" width="20" height="20" as="geometry"/>
                </mxCell>
                <mxCell id="402" value="" style="edgeStyle=none;html=1;endArrow=none;endFill=0;" parent="1" source="401" target="368" edge="1">
+                     <mxGeometry relative="1" as="geometry"/>
+                 </mxCell>
+                 <mxCell id="403" value="AlunoDisciplina" style="whiteSpace=wrap;html=1;fillColor=#fff2cc;strokeColor=#d6b656;rounded=0;" parent="1" vertex="1">
+                     <mxGeometry x="600" y="850" width="140" height="60" as="geometry"/>
+                 </mxCell>
+                 <mxCell id="404" value="" style="edgeStyle=none;html=1;endArrow=none;endFill=0;" parent="1" source="367" target="403" edge="1">
+                     <mxGeometry relative="1" as="geometry"/>
+                 </mxCell>
+                 <mxCell id="405" value="1" style="edgeLabel;html=1;align=center;verticalAlign=middle;resizable=0;points=[];" parent="404" vertex="1" connectable="0">
+                     <mxGeometry x="-0.85" y="-4" relative="1" as="geometry"/>
+                 </mxCell>
+                 <mxCell id="406" value="N" style="edgeLabel;html=1;align=center;verticalAlign=middle;resizable=0;points=[];" parent="404" vertex="1" connectable="0">
+                     <mxGeometry x="0.85" y="3" relative="1" as="geometry"/>
+                 </mxCell>
+                 <mxCell id="407" value="" style="edgeStyle=none;html=1;endArrow=none;endFill=0;" parent="1" source="214" target="403" edge="1">
+                     <mxGeometry relative="1" as="geometry"/>
+                 </mxCell>
+                 <mxCell id="408" value="1" style="edgeLabel;html=1;align=center;verticalAlign=middle;resizable=0;points=[];" parent="407" vertex="1" connectable="0">
+                     <mxGeometry x="-0.85" y="-4" relative="1" as="geometry"/>
+                 </mxCell>
+                 <mxCell id="409" value="N" style="edgeLabel;html=1;align=center;verticalAlign=middle;resizable=0;points=[];" parent="407" vertex="1" connectable="0">
+                     <mxGeometry x="0.85" y="3" relative="1" as="geometry"/>
+                 </mxCell>
+                 <mxCell id="410" value="ID" style="ellipse;whiteSpace=wrap;html=1;fillColor=#fff2cc;strokeColor=#d6b656;rounded=0;" parent="1" vertex="1">
+                     <mxGeometry x="520" y="790" width="20" height="20" as="geometry"/>
+                 </mxCell>
+                 <mxCell id="411" value="" style="edgeStyle=none;html=1;endArrow=none;endFill=0;" parent="1" source="410" target="403" edge="1">
+                     <mxGeometry relative="1" as="geometry"/>
+                 </mxCell>
+                 <mxCell id="412" value="pessoa_id" style="ellipse;whiteSpace=wrap;html=1;fillColor=#fff2cc;strokeColor=#d6b656;rounded=0;" parent="1" vertex="1">
+                     <mxGeometry x="590" y="760" width="20" height="20" as="geometry"/>
+                 </mxCell>
+                 <mxCell id="413" value="" style="edgeStyle=none;html=1;endArrow=none;endFill=0;" parent="1" source="412" target="403" edge="1">
+                     <mxGeometry relative="1" as="geometry"/>
+                 </mxCell>
+                 <mxCell id="414" value="disciplina_id" style="ellipse;whiteSpace=wrap;html=1;fillColor=#fff2cc;strokeColor=#d6b656;rounded=0;" parent="1" vertex="1">
+                     <mxGeometry x="690" y="760" width="20" height="20" as="geometry"/>
+                 </mxCell>
+                 <mxCell id="415" value="" style="edgeStyle=none;html=1;endArrow=none;endFill=0;" parent="1" source="414" target="403" edge="1">
+                     <mxGeometry relative="1" as="geometry"/>
+                 </mxCell>
+                 <mxCell id="416" value="turma" style="ellipse;whiteSpace=wrap;html=1;fillColor=#fff2cc;strokeColor=#d6b656;rounded=0;" parent="1" vertex="1">
+                     <mxGeometry x="780" y="800" width="20" height="20" as="geometry"/>
+                 </mxCell>
+                 <mxCell id="417" value="" style="edgeStyle=none;html=1;endArrow=none;endFill=0;" parent="1" source="416" target="403" edge="1">
+                     <mxGeometry relative="1" as="geometry"/>
+                 </mxCell>
+                 <mxCell id="418" value="periodo_letivo" style="ellipse;whiteSpace=wrap;html=1;fillColor=#fff2cc;strokeColor=#d6b656;rounded=0;" parent="1" vertex="1">
+                     <mxGeometry x="790" y="900" width="20" height="20" as="geometry"/>
+                 </mxCell>
+                 <mxCell id="419" value="" style="edgeStyle=none;html=1;endArrow=none;endFill=0;" parent="1" source="418" target="403" edge="1">
+                     <mxGeometry relative="1" as="geometry"/>
+                 </mxCell>
+                 <mxCell id="420" value="status" style="ellipse;whiteSpace=wrap;html=1;fillColor=#fff2cc;strokeColor=#d6b656;rounded=0;" parent="1" vertex="1">
+                     <mxGeometry x="700" y="970" width="20" height="20" as="geometry"/>
+                 </mxCell>
+                 <mxCell id="421" value="" style="edgeStyle=none;html=1;endArrow=none;endFill=0;" parent="1" source="420" target="403" edge="1">
+                     <mxGeometry relative="1" as="geometry"/>
+                 </mxCell>
+                 <mxCell id="422" value="vinculado_em" style="ellipse;whiteSpace=wrap;html=1;fillColor=#fff2cc;strokeColor=#d6b656;rounded=0;" parent="1" vertex="1">
+                     <mxGeometry x="570" y="970" width="20" height="20" as="geometry"/>
+                 </mxCell>
+                 <mxCell id="423" value="" style="edgeStyle=none;html=1;endArrow=none;endFill=0;" parent="1" source="422" target="403" edge="1">
                    <mxGeometry relative="1" as="geometry"/>
                </mxCell>
            </root>
        </mxGraphModel>
    </diagram>
- </mxfile>+ </mxfile>
